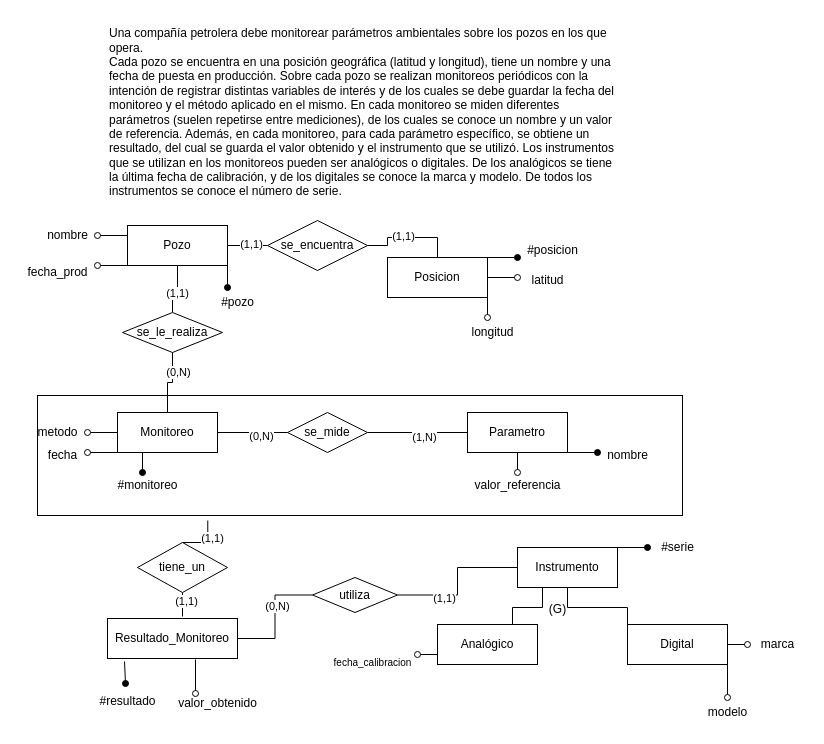
This is Practicas-Resueltas/Practica-1/Ejercicio6Parte2.drawio from massimoparzanese/Bases-de-Datos-1-2025, a draw.io file, before an edit. Source tidied: cells renumbered, new cells numbered last; positions are measured from the earlier drawing's top-left corner, leaving out a move shared by most shapes. Both pictures are drawn from the tidied source at 100%, with x=0, y=0 at pixel (17, 17).
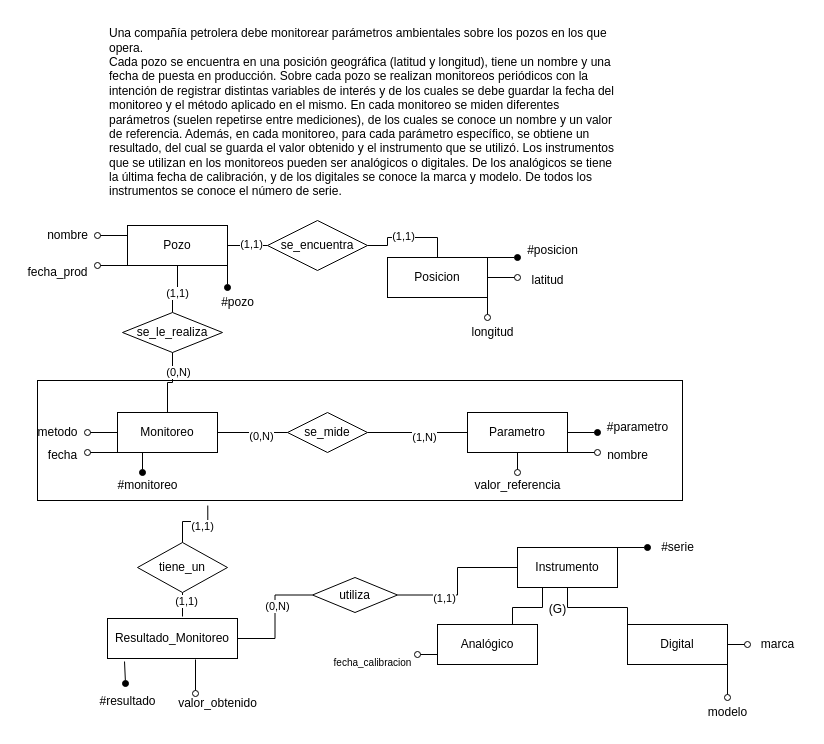
Above is the later version.

Unchanged cells that the change refers to:
```xml
<mxCell id="20" value="Parametro" style="whiteSpace=wrap;html=1;align=center;" parent="1" vertex="1">
  <mxGeometry x="450" y="395" width="100" height="40" as="geometry" />
</mxCell>
```

Diff of the diagram source:
```diff
@@
-    <mxCell id="19" style="edgeStyle=orthogonalEdgeStyle;rounded=0;jettySize=auto;html=1;exitX=1;exitY=1;exitDx=0;exitDy=0;endArrow=oval;endFill=1;" parent="1" edge="1" source="20">
+    <mxCell id="19" style="edgeStyle=orthogonalEdgeStyle;rounded=0;jettySize=auto;html=1;exitX=1;exitY=1;exitDx=0;exitDy=0;endArrow=oval;endFill=0;" parent="1" edge="1" source="20">
       <mxGeometry relative="1" as="geometry">
         <mxPoint x="580" y="435" as="targetPoint" />
       </mxGeometry>
     </mxCell>
+    <mxCell id="74" style="edgeStyle=orthogonalEdgeStyle;rounded=0;jettySize=auto;html=1;exitX=1;exitY=0.5;exitDx=0;exitDy=0;endArrow=oval;endFill=1;" parent="1" edge="1" source="20">
+      <mxGeometry relative="1" as="geometry">
+        <mxPoint x="580" y="415.5" as="targetPoint" />
+      </mxGeometry>
+    </mxCell>
@@
     <mxCell id="72" style="whiteSpace=wrap;html=1;align=center;fillColor=none;" parent="1" vertex="1">
-      <mxGeometry x="20" y="378" width="645" height="120" as="geometry" />
+      <mxGeometry x="20" y="363" width="645" height="120" as="geometry" />
     </mxCell>
@@
+    <mxCell id="75" value="#parametro" style="text;html=1;align=center;verticalAlign=middle;strokeColor=none;fillColor=none;" parent="1" vertex="1">
+      <mxGeometry x="580" y="395" width="80" height="30" as="geometry" />
+    </mxCell>
```
